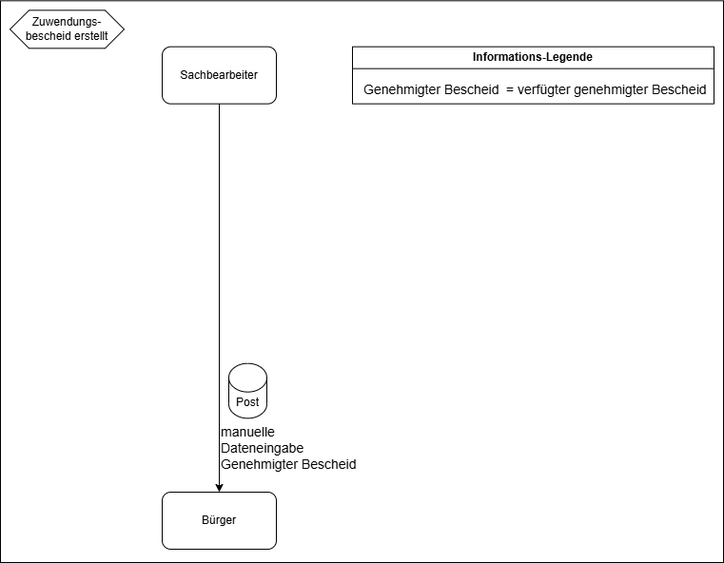
it-at-m/stadtbezirksbudget keeps this draw.io diagram as docs/src/about/dataflow-diagram/Bewilligt-state.png. Above is the earlier version. Source tidied: cells renumbered, new cells last; positions are measured from the earlier drawing's top-left corner, leaving out a move shared by most shapes.
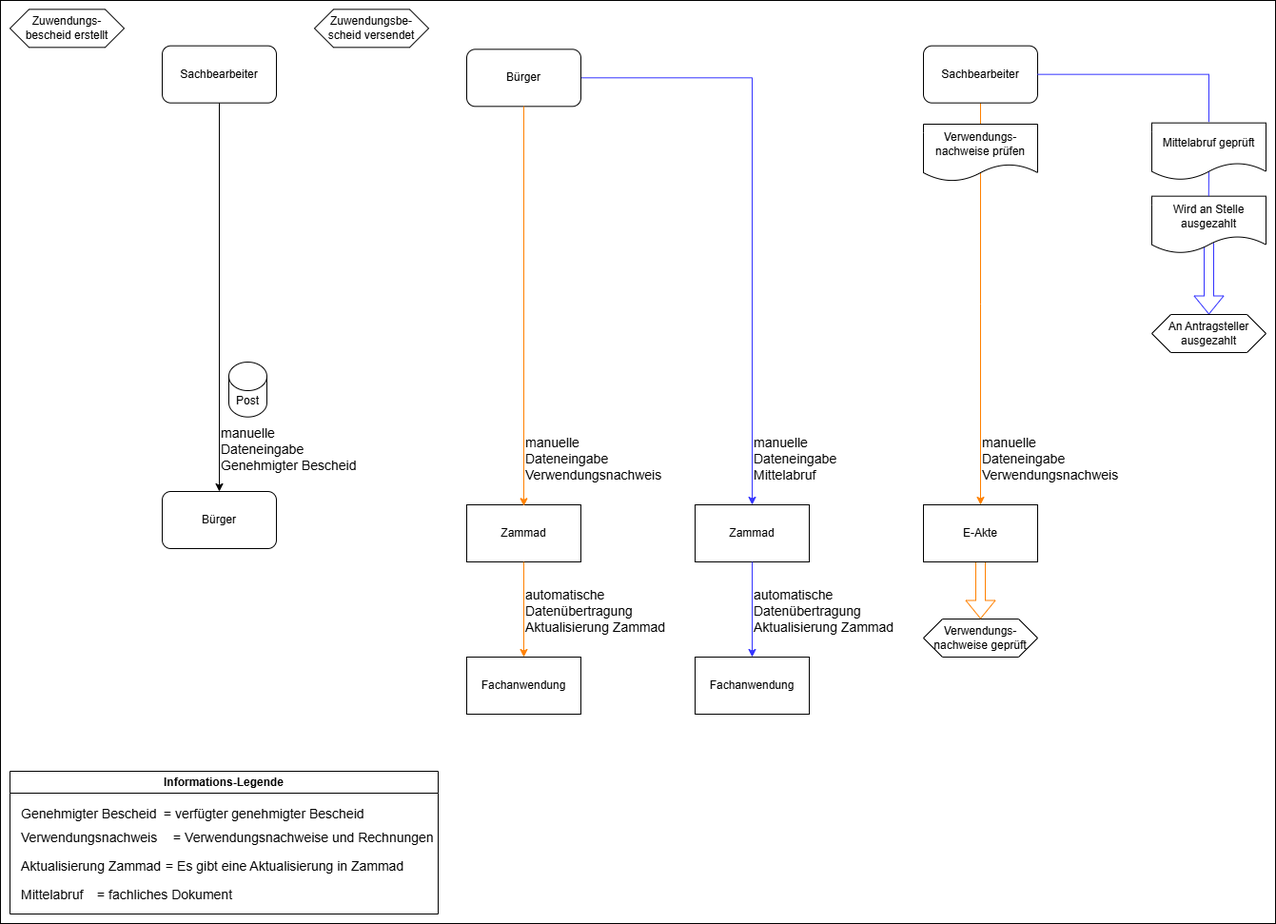
The same diagram one commit later.

The edit, as a diff of the source:
```diff
@@ -2,6 +2,133 @@
   <root>
     <mxCell id="0" />
     <mxCell id="1" parent="0" />
+    <mxCell id="12" value="Zuwendungs&lt;span style=&quot;background-color: transparent; color: light-dark(rgb(0, 0, 0), rgb(255, 255, 255));&quot;&gt;be-&lt;/span&gt;&lt;div&gt;&lt;span style=&quot;background-color: transparent; color: light-dark(rgb(0, 0, 0), rgb(255, 255, 255));&quot;&gt;scheid versendet&lt;/span&gt;&lt;/div&gt;" style="shape=hexagon;perimeter=hexagonPerimeter2;whiteSpace=wrap;html=1;fixedSize=1;" parent="1" vertex="1">
+      <mxGeometry x="330" y="10.3" width="120" height="40" as="geometry" />
+    </mxCell>
+    <mxCell id="13" style="edgeStyle=orthogonalEdgeStyle;rounded=0;jettySize=auto;html=1;entryX=0.5;entryY=0;entryDx=0;entryDy=0;strokeColor=#3333FF;" parent="1" edge="1" source="14" target="25">
+      <mxGeometry relative="1" as="geometry">
+        <Array as="points">
+          <mxPoint x="790" y="82" />
+        </Array>
+      </mxGeometry>
+    </mxCell>
+    <mxCell id="14" value="Bürger" style="rounded=1;whiteSpace=wrap;html=1;" parent="1" vertex="1">
+      <mxGeometry x="490" y="52.3" width="120" height="60" as="geometry" />
+    </mxCell>
+    <mxCell id="6" value="Informations-Legende" style="swimlane;whiteSpace=wrap;html=1;" parent="1" vertex="1">
+      <mxGeometry x="10" y="811" width="450" height="150" as="geometry" />
+    </mxCell>
+    <mxCell id="15" value="&lt;font style=&quot;font-size: 14px;&quot;&gt;=&lt;/font&gt;&lt;span style=&quot;font-size: 14px;&quot;&gt;&amp;nbsp;Verwendungsnachweise und Rechnungen&lt;/span&gt;" style="text;html=1;align=left;verticalAlign=middle;strokeColor=none;fillColor=none;" parent="6" vertex="1">
+      <mxGeometry x="170" y="55" width="300" height="30" as="geometry" />
+    </mxCell>
+    <mxCell id="16" value="&lt;span style=&quot;font-size: 14px;&quot;&gt;Verwendungsnachweis&lt;/span&gt;" style="text;whiteSpace=wrap;html=1;" parent="6" vertex="1">
+      <mxGeometry x="10" y="55" width="160" height="30" as="geometry" />
+    </mxCell>
+    <mxCell id="17" value="&lt;font style=&quot;font-size: 14px;&quot;&gt;= Es gibt eine Aktualisierung in Zammad&lt;/font&gt;" style="text;html=1;align=left;verticalAlign=middle;strokeColor=none;fillColor=none;" parent="6" vertex="1">
+      <mxGeometry x="161.5" y="85" width="270" height="30" as="geometry" />
+    </mxCell>
+    <mxCell id="18" value="&lt;div&gt;&lt;span style=&quot;font-size: 14px;&quot;&gt;Mittelabruf&lt;/span&gt;&lt;/div&gt;" style="text;whiteSpace=wrap;html=1;" parent="6" vertex="1">
+      <mxGeometry x="10" y="115" width="90" height="30" as="geometry" />
+    </mxCell>
+    <mxCell id="19" value="&lt;font style=&quot;font-size: 14px;&quot;&gt;=&lt;/font&gt;&lt;span style=&quot;font-size: 14px;&quot;&gt;&amp;nbsp;fachliches Dokument&lt;/span&gt;" style="text;html=1;align=left;verticalAlign=middle;strokeColor=none;fillColor=none;" parent="6" vertex="1">
+      <mxGeometry x="90" y="115" width="170" height="30" as="geometry" />
+    </mxCell>
+    <mxCell id="20" value="&lt;font style=&quot;font-size: 14px;&quot;&gt;Aktualisierung Zammad&lt;/font&gt;" style="text;html=1;align=left;verticalAlign=middle;strokeColor=none;fillColor=none;" parent="6" vertex="1">
+      <mxGeometry x="10" y="85" width="170" height="30" as="geometry" />
+    </mxCell>
+    <mxCell id="8" value="&lt;div&gt;&lt;span style=&quot;font-size: 14px;&quot;&gt;Genehmigter Bescheid&lt;/span&gt;&lt;/div&gt;" style="text;whiteSpace=wrap;html=1;" parent="6" vertex="1">
+      <mxGeometry x="10" y="30" width="150" height="30" as="geometry" />
+    </mxCell>
+    <mxCell id="7" value="&lt;font style=&quot;font-size: 14px;&quot;&gt;=&lt;/font&gt;&lt;span style=&quot;font-size: 14px;&quot;&gt;&amp;nbsp;verfügter genehmigter Bescheid&lt;/span&gt;" style="text;html=1;align=left;verticalAlign=middle;strokeColor=none;fillColor=none;" parent="6" vertex="1">
+      <mxGeometry x="160" y="30" width="230" height="30" as="geometry" />
+    </mxCell>
+    <mxCell id="21" value="Zammad" style="rounded=0;whiteSpace=wrap;html=1;" parent="1" vertex="1">
+      <mxGeometry x="490" y="531" width="120" height="60" as="geometry" />
+    </mxCell>
+    <mxCell id="22" style="endArrow=classic;html=1;rounded=0;exitX=0.5;exitY=1;exitDx=0;exitDy=0;fillColor=#FFD966;strokeColor=#FF8000;" parent="1" edge="1">
+      <mxGeometry relative="1" as="geometry">
+        <mxPoint x="550" y="112" as="sourcePoint" />
+        <mxPoint x="550" y="532.3" as="targetPoint" />
+      </mxGeometry>
+    </mxCell>
+    <mxCell id="23" value="&lt;div&gt;&lt;font style=&quot;font-size: 14px;&quot;&gt;manuelle&lt;br&gt;&lt;/font&gt;&lt;/div&gt;&lt;div&gt;&lt;font style=&quot;font-size: 14px;&quot;&gt;Dateneingabe&lt;/font&gt;&lt;/div&gt;&lt;div&gt;&lt;font style=&quot;font-size: 14px;&quot;&gt;Verwendungsnachweis&lt;/font&gt;&lt;/div&gt;" style="text;whiteSpace=wrap;html=1;" parent="1" vertex="1">
+      <mxGeometry x="550" y="451" width="170" height="50" as="geometry" />
+    </mxCell>
+    <mxCell id="24" value="&lt;div&gt;&lt;font style=&quot;font-size: 14px;&quot;&gt;manuelle&lt;br&gt;&lt;/font&gt;&lt;/div&gt;&lt;div&gt;&lt;font style=&quot;font-size: 14px;&quot;&gt;Dateneingabe&lt;/font&gt;&lt;/div&gt;&lt;div&gt;&lt;font style=&quot;font-size: 14px;&quot;&gt;Mittelabruf&lt;/font&gt;&lt;/div&gt;" style="text;whiteSpace=wrap;html=1;" parent="1" vertex="1">
+      <mxGeometry x="790" y="451.3" width="120" height="50" as="geometry" />
+    </mxCell>
+    <mxCell id="25" value="Zammad" style="rounded=0;whiteSpace=wrap;html=1;" parent="1" vertex="1">
+      <mxGeometry x="730" y="531" width="120" height="60" as="geometry" />
+    </mxCell>
+    <mxCell id="26" style="edgeStyle=orthogonalEdgeStyle;rounded=0;jettySize=auto;html=1;entryX=0.5;entryY=0;entryDx=0;entryDy=0;strokeColor=#FF8000;" parent="1" edge="1" source="27">
+      <mxGeometry relative="1" as="geometry">
+        <mxPoint x="1030" y="531" as="targetPoint" />
+      </mxGeometry>
+    </mxCell>
+    <mxCell id="27" value="Sachbearbeiter" style="rounded=1;whiteSpace=wrap;html=1;" parent="1" vertex="1">
+      <mxGeometry x="970" y="48.7" width="120" height="60" as="geometry" />
+    </mxCell>
+    <mxCell id="28" value="Verwendungs-&lt;div&gt;nachweise geprüft&lt;/div&gt;" style="shape=hexagon;perimeter=hexagonPerimeter2;whiteSpace=wrap;html=1;fixedSize=1;" parent="1" vertex="1">
+      <mxGeometry x="970" y="651" width="120" height="40" as="geometry" />
+    </mxCell>
+    <mxCell id="29" value="&lt;div&gt;&lt;font style=&quot;font-size: 14px;&quot;&gt;automatische&lt;/font&gt;&lt;/div&gt;&lt;div&gt;&lt;font style=&quot;font-size: 14px;&quot;&gt;Datenübertragung&lt;/font&gt;&lt;/div&gt;&lt;div&gt;&lt;font style=&quot;font-size: 14px;&quot;&gt;Aktualisierung Zammad&lt;/font&gt;&lt;/div&gt;" style="text;whiteSpace=wrap;html=1;" parent="1" vertex="1">
+      <mxGeometry x="550" y="611" width="150" height="40" as="geometry" />
+    </mxCell>
+    <mxCell id="30" style="edgeStyle=orthogonalEdgeStyle;rounded=0;jettySize=auto;html=1;entryX=0.5;entryY=0;entryDx=0;entryDy=0;exitX=0.5;exitY=1;exitDx=0;exitDy=0;strokeColor=#FF8000;" parent="1" edge="1" source="21" target="31">
+      <mxGeometry relative="1" as="geometry" />
+    </mxCell>
+    <mxCell id="31" value="Fachanwendung" style="rounded=0;whiteSpace=wrap;html=1;" parent="1" vertex="1">
+      <mxGeometry x="490" y="691" width="120" height="60" as="geometry" />
+    </mxCell>
+    <mxCell id="32" value="&lt;div&gt;&lt;font style=&quot;font-size: 14px;&quot;&gt;automatische&lt;/font&gt;&lt;/div&gt;&lt;div&gt;&lt;font style=&quot;font-size: 14px;&quot;&gt;Datenübertragung&lt;/font&gt;&lt;/div&gt;&lt;div&gt;&lt;font style=&quot;font-size: 14px;&quot;&gt;Aktualisierung Zammad&lt;/font&gt;&lt;/div&gt;" style="text;whiteSpace=wrap;html=1;" parent="1" vertex="1">
+      <mxGeometry x="790" y="611" width="150" height="40" as="geometry" />
+    </mxCell>
+    <mxCell id="33" style="edgeStyle=orthogonalEdgeStyle;rounded=0;jettySize=auto;html=1;entryX=0.5;entryY=0;entryDx=0;entryDy=0;exitX=0.5;exitY=1;exitDx=0;exitDy=0;strokeColor=#3333FF;" parent="1" edge="1" source="25" target="34">
+      <mxGeometry relative="1" as="geometry" />
+    </mxCell>
+    <mxCell id="34" value="Fachanwendung" style="rounded=0;whiteSpace=wrap;html=1;" parent="1" vertex="1">
+      <mxGeometry x="730" y="691" width="120" height="60" as="geometry" />
+    </mxCell>
+    <mxCell id="35" style="shape=flexArrow;endArrow=classic;html=1;rounded=0;entryX=0.5;entryY=0;entryDx=0;entryDy=0;strokeColor=#3333FF;" parent="1" edge="1" target="36">
+      <mxGeometry relative="1" as="geometry">
+        <mxPoint x="1270" y="238.7" as="sourcePoint" />
+      </mxGeometry>
+    </mxCell>
+    <mxCell id="36" value="An Antragsteller ausgezahlt" style="shape=hexagon;perimeter=hexagonPerimeter2;whiteSpace=wrap;html=1;fixedSize=1;" parent="1" vertex="1">
+      <mxGeometry x="1210" y="331" width="120" height="40" as="geometry" />
+    </mxCell>
+    <mxCell id="37" style="endArrow=none;html=1;rounded=0;exitX=1;exitY=0.5;exitDx=0;exitDy=0;strokeColor=#3333FF;" parent="1" edge="1" source="27">
+      <mxGeometry relative="1" as="geometry">
+        <mxPoint x="1270" y="78.7" as="targetPoint" />
+      </mxGeometry>
+    </mxCell>
+    <mxCell id="38" style="endArrow=none;html=1;rounded=0;strokeColor=#3333FF;" parent="1" edge="1">
+      <mxGeometry relative="1" as="geometry">
+        <mxPoint x="1270" y="78.7" as="sourcePoint" />
+        <mxPoint x="1270" y="128.7" as="targetPoint" />
+      </mxGeometry>
+    </mxCell>
+    <mxCell id="39" value="Wird an Stelle ausgezahlt" style="shape=document;whiteSpace=wrap;html=1;boundedLbl=1;" parent="1" vertex="1">
+      <mxGeometry x="1210" y="206.7" width="120" height="60" as="geometry" />
+    </mxCell>
+    <mxCell id="40" style="endArrow=none;html=1;rounded=0;strokeColor=#3333FF;" parent="1" edge="1">
+      <mxGeometry relative="1" as="geometry">
+        <mxPoint x="1270" y="178.7" as="sourcePoint" />
+        <mxPoint x="1269.8" y="206.7" as="targetPoint" />
+      </mxGeometry>
+    </mxCell>
+    <mxCell id="41" value="Mittelabruf geprüft" style="shape=document;whiteSpace=wrap;html=1;boundedLbl=1;" parent="1" vertex="1">
+      <mxGeometry x="1210" y="129.7" width="120" height="60" as="geometry" />
+    </mxCell>
+    <mxCell id="42" style="shape=flexArrow;endArrow=classic;html=1;rounded=0;strokeColor=#FF8000;" parent="1" edge="1">
+      <mxGeometry relative="1" as="geometry">
+        <mxPoint x="1030" y="581" as="sourcePoint" />
+        <mxPoint x="1030" y="651" as="targetPoint" />
+      </mxGeometry>
+    </mxCell>
+    <mxCell id="43" value="Verwendungs-&lt;div&gt;nachweise prüfen&lt;/div&gt;" style="shape=document;whiteSpace=wrap;html=1;boundedLbl=1;" parent="1" vertex="1">
+      <mxGeometry x="970" y="131" width="120" height="60" as="geometry" />
+    </mxCell>
     <mxCell id="2" value="Zuwendungs-&lt;div&gt;bescheid erstellt&lt;/div&gt;" style="shape=hexagon;perimeter=hexagonPerimeter2;whiteSpace=wrap;html=1;fixedSize=1;" parent="1" vertex="1">
       <mxGeometry x="10" y="10.3" width="120" height="40" as="geometry" />
     </mxCell>
@@ -14,23 +141,20 @@
     <mxCell id="5" value="Bürger" style="rounded=1;whiteSpace=wrap;html=1;" parent="1" vertex="1">
       <mxGeometry x="170" y="517" width="120" height="60" as="geometry" />
     </mxCell>
-    <mxCell id="6" value="Informations-Legende" style="swimlane;whiteSpace=wrap;html=1;" parent="1" vertex="1">
-      <mxGeometry x="370" y="48.7" width="380" height="60" as="geometry" />
-    </mxCell>
-    <mxCell id="7" value="&lt;font style=&quot;font-size: 14px;&quot;&gt;=&lt;/font&gt;&lt;span style=&quot;font-size: 14px;&quot;&gt;&amp;nbsp;verfügter genehmigter Bescheid&lt;/span&gt;" style="text;html=1;align=left;verticalAlign=middle;strokeColor=none;fillColor=none;" parent="6" vertex="1">
-      <mxGeometry x="160" y="30" width="230" height="30" as="geometry" />
-    </mxCell>
-    <mxCell id="8" value="&lt;div&gt;&lt;span style=&quot;font-size: 14px;&quot;&gt;Genehmigter Bescheid&lt;/span&gt;&lt;/div&gt;" style="text;whiteSpace=wrap;html=1;" parent="6" vertex="1">
-      <mxGeometry x="10" y="30" width="150" height="30" as="geometry" />
-    </mxCell>
     <mxCell id="9" value="&lt;div&gt;&lt;font style=&quot;font-size: 14px;&quot;&gt;manuelle&lt;br&gt;&lt;/font&gt;&lt;/div&gt;&lt;div&gt;&lt;font style=&quot;font-size: 14px;&quot;&gt;Dateneingabe&lt;/font&gt;&lt;/div&gt;&lt;div&gt;&lt;font style=&quot;font-size: 14px;&quot;&gt;Genehmigter Bescheid&lt;/font&gt;&lt;/div&gt;" style="text;whiteSpace=wrap;html=1;" parent="1" vertex="1">
-      <mxGeometry x="230" y="439.3" width="160" height="50" as="geometry" />
+      <mxGeometry x="230" y="441" width="160" height="50" as="geometry" />
     </mxCell>
     <mxCell id="10" value="Post" style="shape=cylinder3;whiteSpace=wrap;html=1;boundedLbl=1;backgroundOutline=1;size=15;" parent="1" vertex="1">
-      <mxGeometry x="240" y="381.7" width="40" height="57.7" as="geometry" />
+      <mxGeometry x="240" y="381" width="40" height="57.7" as="geometry" />
     </mxCell>
-    <mxCell id="11" style="rounded=0;whiteSpace=wrap;html=1;fillColor=none;" parent="1" vertex="1">
-      <mxGeometry y="0.3" width="760" height="590.7" as="geometry" />
-    </mxCell>
+    <mxCell id="44" value="E-Akte" style="rounded=0;whiteSpace=wrap;html=1;" parent="1" vertex="1">
+      <mxGeometry x="970" y="531" width="120" height="60" as="geometry" />
+    </mxCell>
+    <mxCell id="45" value="&lt;div&gt;&lt;font style=&quot;font-size: 14px;&quot;&gt;manuelle&lt;br&gt;&lt;/font&gt;&lt;/div&gt;&lt;div&gt;&lt;font style=&quot;font-size: 14px;&quot;&gt;Dateneingabe&lt;/font&gt;&lt;/div&gt;&lt;div&gt;&lt;span style=&quot;font-size: 14px;&quot;&gt;Verwendungsnachweis&lt;/span&gt;&lt;/div&gt;" style="text;whiteSpace=wrap;html=1;" parent="1" vertex="1">
+      <mxGeometry x="1030" y="451.3" width="120" height="50" as="geometry" />
+    </mxCell>
+    <mxCell id="46" style="rounded=0;whiteSpace=wrap;html=1;fillColor=none;" parent="1" vertex="1">
+      <mxGeometry y="1" width="1340" height="970" as="geometry" />
+    </mxCell>
   </root>
 </mxGraphModel>
```
